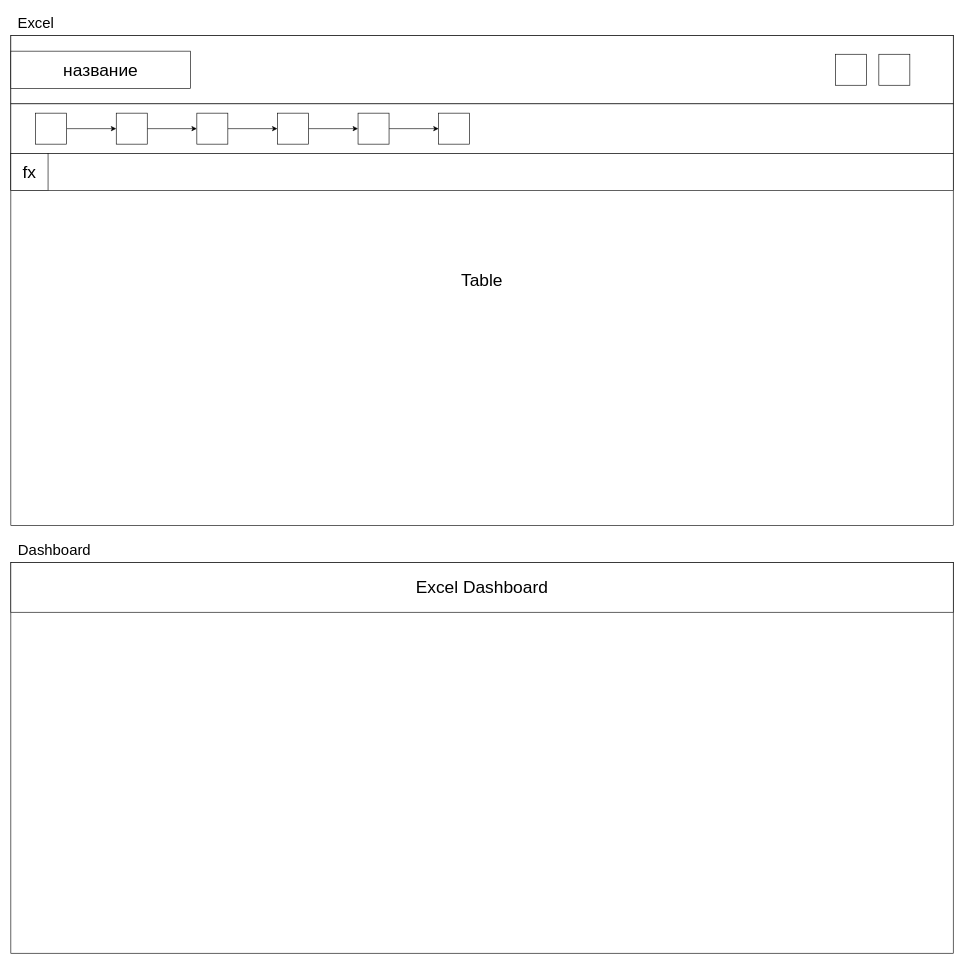
Earlier version of the draw.io diagram src/scss/Диаграмма без названия.drawio (Alexander-Sab/Think_Senor). Source tidied: cells renumbered, new cells numbered last; positions are measured from the earlier drawing's top-left corner, leaving out a move shared by most shapes. Both pictures are drawn from the tidied source at 62%, with x=0, y=0 at pixel (11, 11).
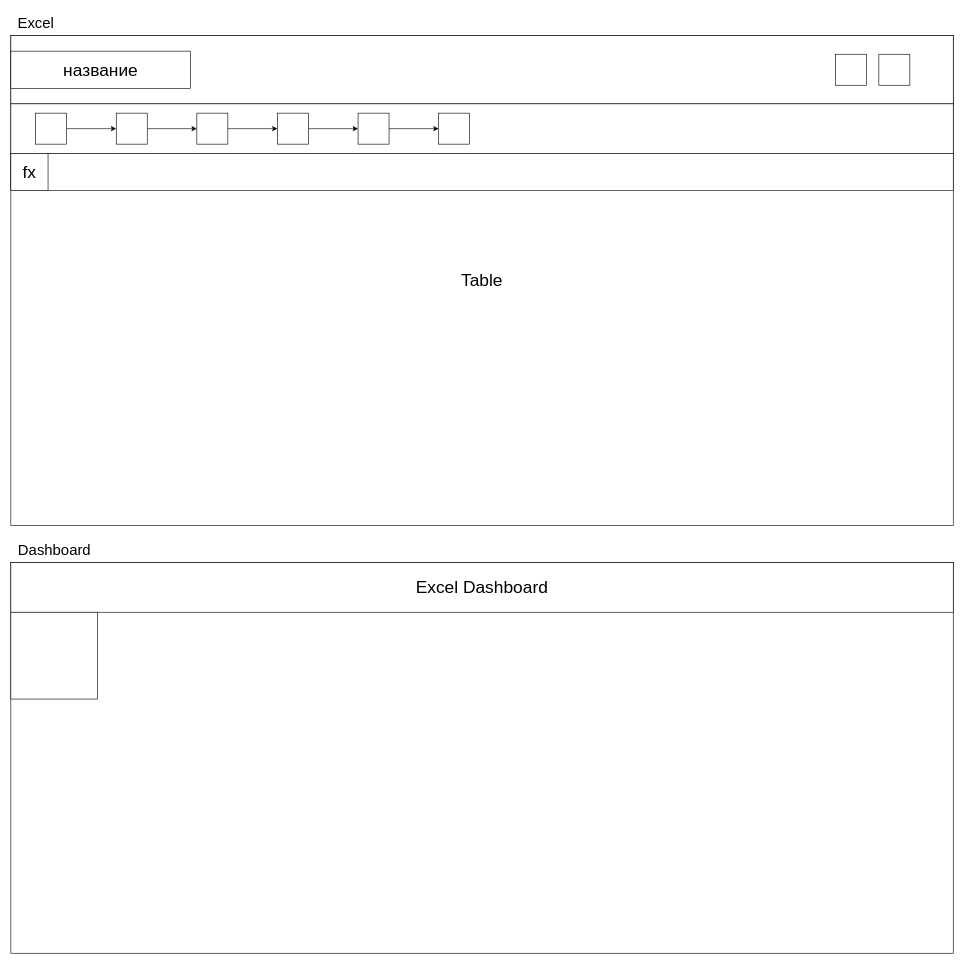
After the change.

What changed in the source:
```diff
@@
+    <mxCell id="25" style="whiteSpace=wrap;html=1;" parent="1" vertex="1">
+      <mxGeometry y="970" width="140" height="140" as="geometry" />
+    </mxCell>
```
